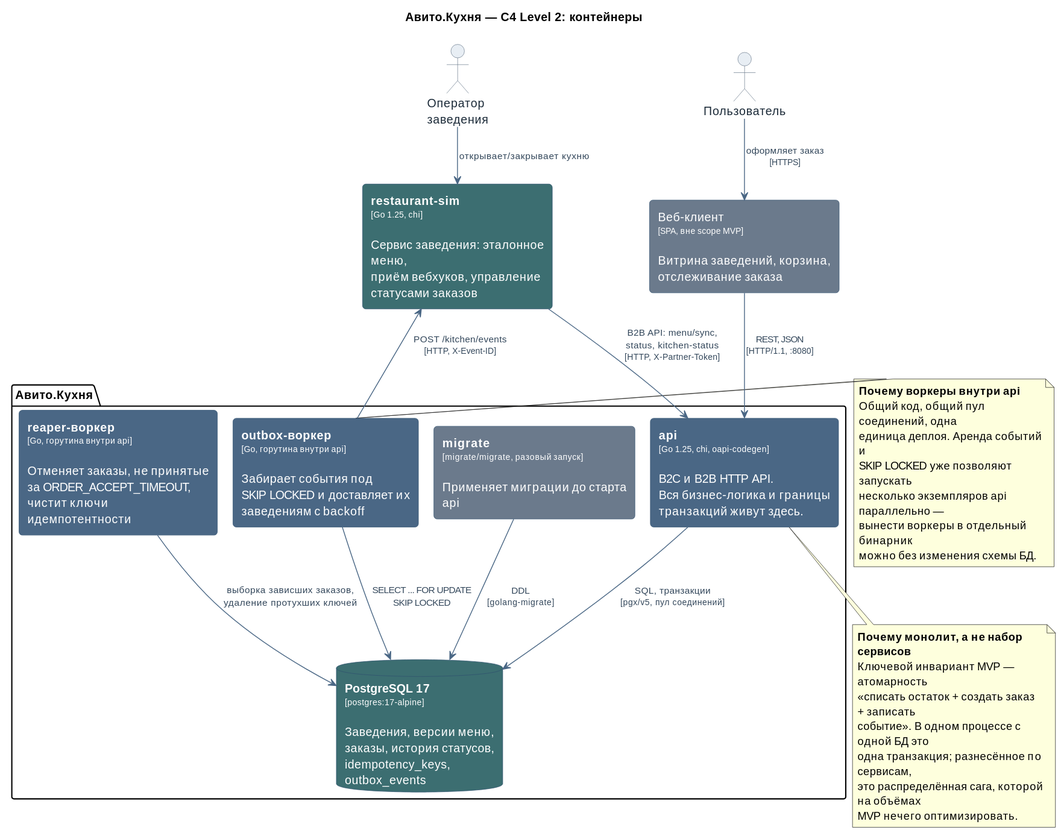
Cuga77/food-delivery-platform keeps this PlantUML diagram as docs/diagrams/c4_container.svg. Above is the earlier version. Its source is kept beside it as docs/diagrams/c4_container.puml.
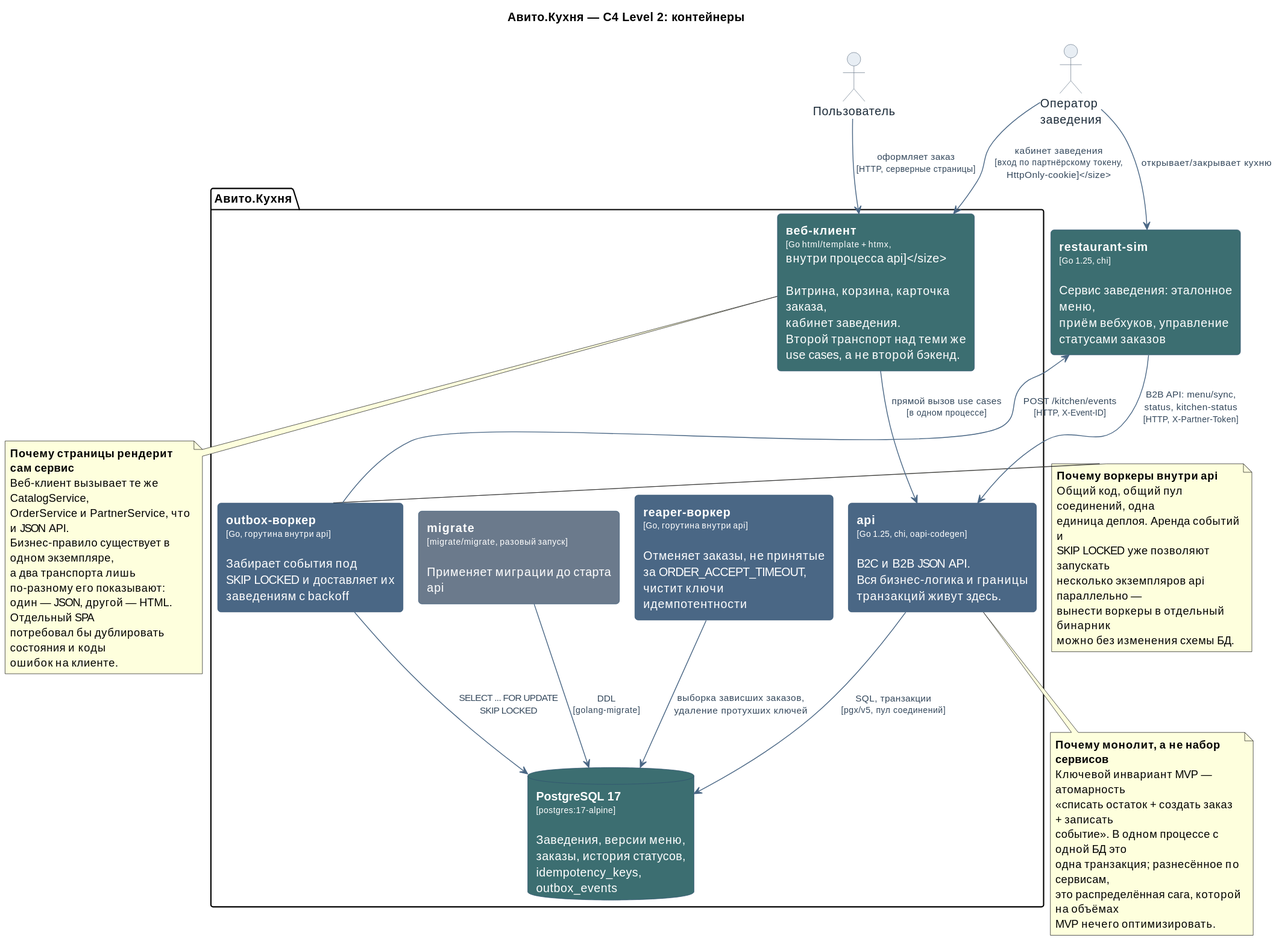
Above is the later version.

Diff of the diagram source:
```diff
@@ -32,11 +32,11 @@
 actor "Пользователь" as user
 actor "Оператор\nзаведения" as operator
 
-rectangle "Веб-клиент\n<size:10>[SPA, вне scope MVP]</size>\n\nВитрина заведений, корзина,\nотслеживание заказа" as web #6B7A8C
-
 package "Авито.Кухня" {
 
-  rectangle "**api**\n<size:10>[Go 1.25, chi, oapi-codegen]</size>\n\nB2C и B2B HTTP API.\nВся бизнес-логика и границы\nтранзакций живут здесь." as api
+  rectangle "**api**\n<size:10>[Go 1.25, chi, oapi-codegen]</size>\n\nB2C и B2B JSON API.\nВся бизнес-логика и границы\nтранзакций живут здесь." as api
+
+  rectangle "**веб-клиент**\n<size:10>[Go html/template + htmx,\nвнутри процесса api]</size>\n\nВитрина, корзина, карточка заказа,\nкабинет заведения.\nВторой транспорт над теми же\nuse cases, а не второй бэкенд." as web #3C6E71
 
   rectangle "**outbox-воркер**\n<size:10>[Go, горутина внутри api]</size>\n\nЗабирает события под\nSKIP LOCKED и доставляет их\nзаведениям с backoff" as outbox
 
@@ -49,9 +49,10 @@
 
 rectangle "**restaurant-sim**\n<size:10>[Go 1.25, chi]</size>\n\nСервис заведения: эталонное меню,\nприём вебхуков, управление\nстатусами заказов" as sim #3C6E71
 
-user --> web : оформляет заказ\n<size:10>[HTTPS]</size>
-web --> api : REST, JSON\n<size:10>[HTTP/1.1, :8080]</size>
+user --> web : оформляет заказ\n<size:10>[HTTP, серверные страницы]</size>
+web --> api : прямой вызов use cases\n<size:10>[в одном процессе]</size>
 
+operator --> web : кабинет заведения\n<size:10>[вход по партнёрскому токену,\nHttpOnly-cookie]</size>
 operator --> sim : открывает/закрывает кухню
 sim --> api : B2B API: menu/sync,\nstatus, kitchen-status\n<size:10>[HTTP, X-Partner-Token]</size>
 outbox --> sim : POST /kitchen/events\n<size:10>[HTTP, X-Event-ID]</size>
@@ -60,6 +61,17 @@
 outbox --> db : SELECT ... FOR UPDATE\nSKIP LOCKED
 reaper --> db : выборка зависших заказов,\nудаление протухших ключей
 migrate --> db : DDL\n<size:10>[golang-migrate]</size>
+
+note bottom of web
+  <b>Почему страницы рендерит сам сервис</b>
+  Веб-клиент вызывает те же CatalogService,
+  OrderService и PartnerService, что и JSON API.
+  Бизнес-правило существует в одном экземпляре,
+  а два транспорта лишь по-разному его показывают:
+  один — JSON, другой — HTML. Отдельный SPA
+  потребовал бы дублировать состояния и коды
+  ошибок на клиенте.
+end note
 
 note bottom of api
   <b>Почему монолит, а не набор сервисов</b>
```
